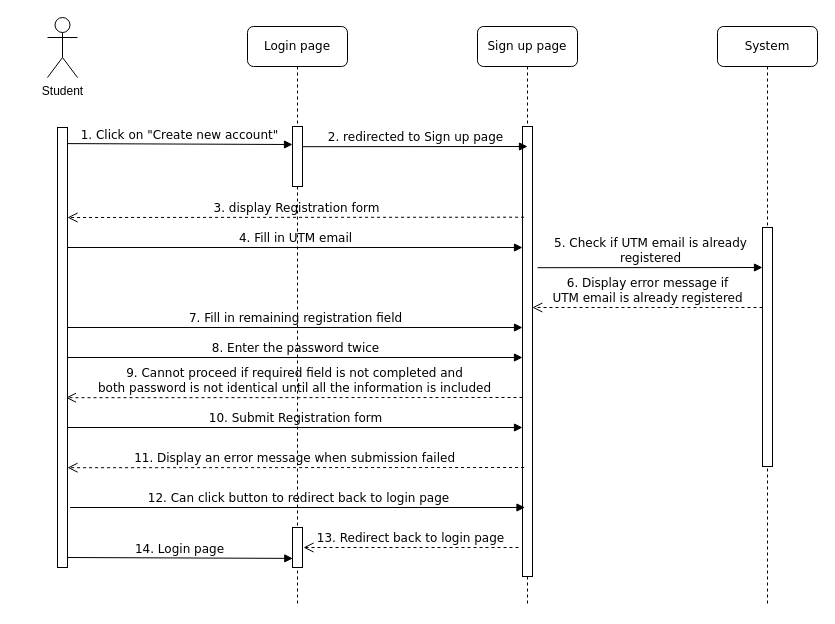
This is page "UC001sequence" (6 of 10) of project/drawio/Curiousity/UML.drawio from drshahizan/software-engineering, a draw.io file, before an edit. Source tidied: cells renumbered, new cells numbered last; positions are measured from the earlier drawing's top-left corner, leaving out a move shared by most shapes. Both pictures are drawn from the tidied source at 100%, with x=0, y=0 at pixel (47, 17).
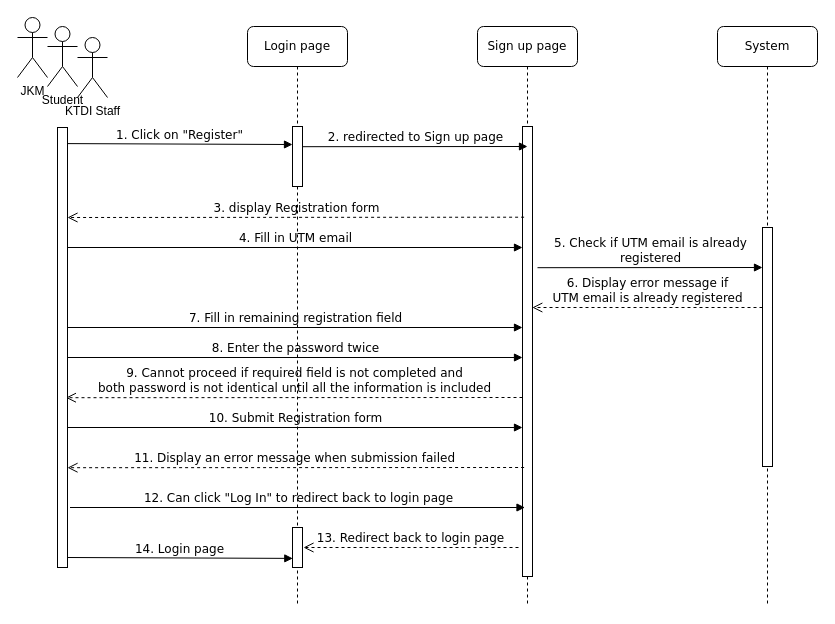
The same page after the edit.

Diff of the diagram source:
```diff
@@
-    <mxCell id="13" value="Student&lt;br&gt;" style="shape=umlActor;verticalLabelPosition=bottom;verticalAlign=top;html=1;" parent="1" vertex="1">
-      <mxGeometry width="30" height="60" as="geometry" />
+    <mxCell id="13" value="JKM" style="shape=umlActor;verticalLabelPosition=bottom;verticalAlign=top;html=1;" parent="1" vertex="1">
+      <mxGeometry x="-30" width="30" height="60" as="geometry" />
     </mxCell>
@@
-    <mxCell id="15" value="1. Click on &quot;Create new account&quot;" style="html=1;verticalAlign=bottom;endArrow=block;labelBackgroundColor=none;fontFamily=Verdana;fontSize=12;edgeStyle=elbowEdgeStyle;elbow=vertical;exitX=0.966;exitY=-0.002;exitDx=0;exitDy=0;exitPerimeter=0;entryX=0;entryY=0;entryDx=0;entryDy=0;entryPerimeter=0;" parent="1" edge="1">
+    <mxCell id="15" value="1. Click on &quot;Register&quot;" style="html=1;verticalAlign=bottom;endArrow=block;labelBackgroundColor=none;fontFamily=Verdana;fontSize=12;edgeStyle=elbowEdgeStyle;elbow=vertical;exitX=0.966;exitY=-0.002;exitDx=0;exitDy=0;exitPerimeter=0;entryX=0;entryY=0;entryDx=0;entryDy=0;entryPerimeter=0;" parent="1" edge="1">
       <mxGeometry relative="1" as="geometry">
         <mxPoint x="19.7" y="126.1" as="sourcePoint" />
         <mxPoint x="245" y="127" as="targetPoint" />
         <Array as="points">
           <mxPoint x="70" y="127" />
           <mxPoint x="130" y="137" />
         </Array>
       </mxGeometry>
     </mxCell>
@@
-    <mxCell id="22" value="12. Can click button to redirect back to login page" style="html=1;verticalAlign=bottom;endArrow=block;entryX=0;entryY=0;labelBackgroundColor=none;fontFamily=Verdana;fontSize=12;edgeStyle=elbowEdgeStyle;elbow=vertical;" parent="1" edge="1">
+    <mxCell id="22" value="12. Can click &quot;Log In&quot; to redirect back to login page" style="html=1;verticalAlign=bottom;endArrow=block;entryX=0;entryY=0;labelBackgroundColor=none;fontFamily=Verdana;fontSize=12;edgeStyle=elbowEdgeStyle;elbow=vertical;" parent="1" edge="1">
       <mxGeometry relative="1" as="geometry">
         <mxPoint x="22.5" y="490" as="sourcePoint" />
         <mxPoint x="477.5" y="490.1" as="targetPoint" />
       </mxGeometry>
     </mxCell>
@@
+    <mxCell id="25" value="Student&lt;br&gt;" style="shape=umlActor;verticalLabelPosition=bottom;verticalAlign=top;html=1;" parent="1" vertex="1">
+      <mxGeometry y="9" width="30" height="60" as="geometry" />
+    </mxCell>
+    <mxCell id="26" value="KTDI Staff" style="shape=umlActor;verticalLabelPosition=bottom;verticalAlign=top;html=1;" parent="1" vertex="1">
+      <mxGeometry x="30" y="20" width="30" height="60" as="geometry" />
+    </mxCell>
```
